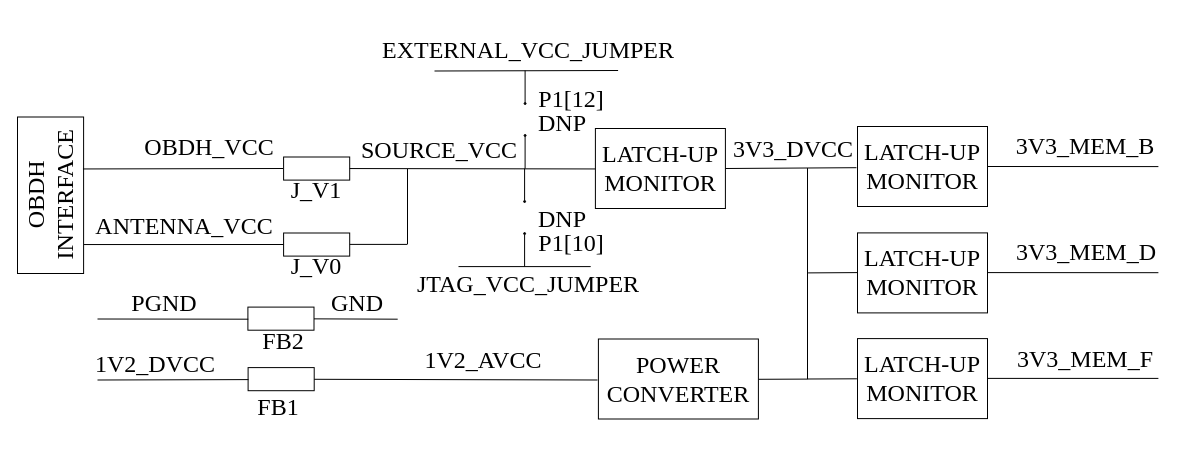
This is hardware/Diagrams/Power_Diagram.drawio from andrempmattos/harsh-payload, a draw.io file, before an edit. Source tidied: cells renumbered, new cells numbered last; positions are measured from the earlier drawing's top-left corner, leaving out a move shared by most shapes. Both pictures are drawn from the tidied source at 100%, with x=0, y=0 at pixel (17, 17).
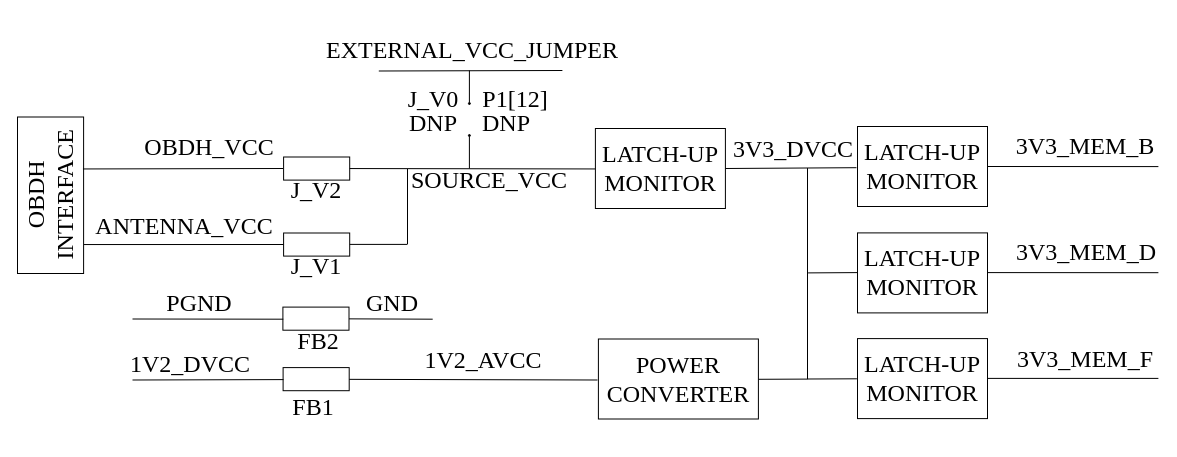
Above is the later version.

Commit message (it also covers changes not shown here):
hardware: diagrams: Updating power and architecture diagrams

What changed in the source:
```diff
@@
     <mxCell id="2" style="endArrow=none;html=1;fontSize=24;fontFamily=Times New Roman;" parent="1" edge="1">
       <mxGeometry relative="1" as="geometry">
-        <mxPoint x="256.4" y="361.7" as="sourcePoint" />
+        <mxPoint x="275" y="361.7" as="sourcePoint" />
         <mxPoint x="580" y="362.5" as="targetPoint" />
       </mxGeometry>
     </mxCell>
     <mxCell id="3" style="endArrow=none;html=1;fontSize=24;fontFamily=Times New Roman;" parent="1" edge="1">
       <mxGeometry relative="1" as="geometry">
-        <mxPoint x="256.2" y="301.2" as="sourcePoint" />
-        <mxPoint x="380.2" y="301.7" as="targetPoint" />
+        <mxPoint x="291.2" y="301.2" as="sourcePoint" />
+        <mxPoint x="415.2" y="301.7" as="targetPoint" />
       </mxGeometry>
     </mxCell>
-    <mxCell id="4" value="DNP" style="text;html=1;strokeColor=none;fillColor=none;align=center;verticalAlign=middle;whiteSpace=wrap;rounded=0;fontSize=24;horizontal=1;fontFamily=Times New Roman;" parent="1" vertex="1">
-      <mxGeometry x="478.6" y="169" width="132.2" height="66.1" as="geometry" />
-    </mxCell>
@@
-    <mxCell id="9" style="endArrow=oval;html=1;endFill=1;endSize=2;fontSize=24;fontFamily=Times New Roman;" parent="1" edge="1">
-      <mxGeometry relative="1" as="geometry">
-        <mxPoint x="507.1" y="151" as="sourcePoint" />
-        <mxPoint x="507.1" y="184" as="targetPoint" />
-      </mxGeometry>
-    </mxCell>
-    <mxCell id="10" style="endArrow=none;html=1;startArrow=oval;startFill=1;startSize=2;fontSize=24;fontFamily=Times New Roman;" parent="1" edge="1">
-      <mxGeometry relative="1" as="geometry">
-        <mxPoint x="507.1" y="216.1" as="sourcePoint" />
-        <mxPoint x="507.1" y="249.1" as="targetPoint" />
-      </mxGeometry>
-    </mxCell>
-    <mxCell id="11" style="endArrow=none;html=1;fontSize=24;fontFamily=Times New Roman;" parent="1" edge="1">
-      <mxGeometry relative="1" as="geometry">
-        <mxPoint x="441" y="249.1" as="sourcePoint" />
-        <mxPoint x="573.2" y="249.1" as="targetPoint" />
-      </mxGeometry>
-    </mxCell>
@@
     <mxCell id="13" value="SOURCE_VCC" style="text;html=1;strokeColor=none;fillColor=none;align=center;verticalAlign=middle;whiteSpace=wrap;rounded=0;fontSize=24;horizontal=1;fontFamily=Times New Roman;" parent="1" vertex="1">
-      <mxGeometry x="355.7" y="99.5" width="132.2" height="66.1" as="geometry" />
+      <mxGeometry x="405.7" y="130" width="132.2" height="66.1" as="geometry" />
     </mxCell>
-    <mxCell id="14" value="JTAG_VCC_JUMPER" style="text;html=1;strokeColor=none;fillColor=none;align=center;verticalAlign=middle;whiteSpace=wrap;rounded=0;fontSize=24;horizontal=1;fontFamily=Times New Roman;" parent="1" vertex="1">
-      <mxGeometry x="444.6" y="234.2" width="132.2" height="66.1" as="geometry" />
-    </mxCell>
-    <mxCell id="15" value="J_V1" style="text;html=1;strokeColor=none;fillColor=none;align=center;verticalAlign=middle;whiteSpace=wrap;rounded=0;fontSize=24;horizontal=1;fontFamily=Times New Roman;" parent="1" vertex="1">
+    <mxCell id="15" value="J_V2" style="text;html=1;strokeColor=none;fillColor=none;align=center;verticalAlign=middle;whiteSpace=wrap;rounded=0;fontSize=24;horizontal=1;fontFamily=Times New Roman;" parent="1" vertex="1">
       <mxGeometry x="233.1" y="139.5" width="132.2" height="66.1" as="geometry" />
     </mxCell>
-    <mxCell id="16" value="P1[10]" style="text;html=1;strokeColor=none;fillColor=none;align=center;verticalAlign=middle;whiteSpace=wrap;rounded=0;fontSize=24;horizontal=1;fontFamily=Times New Roman;" parent="1" vertex="1">
-      <mxGeometry x="488" y="193.2" width="132.2" height="66.1" as="geometry" />
-    </mxCell>
     <mxCell id="17" style="rounded=0;whiteSpace=wrap;html=1;fontSize=24;fillColor=#FFFFFF;fontFamily=Times New Roman;" parent="1" vertex="1">
-      <mxGeometry x="230.4" y="289.6" width="66.1" height="23.1" as="geometry" />
+      <mxGeometry x="265.4" y="289.6" width="66.1" height="23.1" as="geometry" />
     </mxCell>
     <mxCell id="18" value="PGND" style="text;html=1;strokeColor=none;fillColor=none;align=center;verticalAlign=middle;whiteSpace=wrap;rounded=0;fontSize=24;horizontal=1;fontFamily=Times New Roman;" parent="1" vertex="1">
-      <mxGeometry x="80.8" y="253.3" width="132.2" height="66.1" as="geometry" />
+      <mxGeometry x="115.8" y="253.3" width="132.2" height="66.1" as="geometry" />
     </mxCell>
     <mxCell id="19" value="GND" style="text;html=1;strokeColor=none;fillColor=none;align=center;verticalAlign=middle;whiteSpace=wrap;rounded=0;fontSize=24;horizontal=1;fontFamily=Times New Roman;" parent="1" vertex="1">
-      <mxGeometry x="273.5" y="253.3" width="132.2" height="66.1" as="geometry" />
+      <mxGeometry x="308.5" y="253.3" width="132.2" height="66.1" as="geometry" />
     </mxCell>
     <mxCell id="20" value="FB2" style="text;html=1;strokeColor=none;fillColor=none;align=center;verticalAlign=middle;whiteSpace=wrap;rounded=0;fontSize=24;horizontal=1;fontFamily=Times New Roman;" parent="1" vertex="1">
-      <mxGeometry x="200" y="290.6" width="132.2" height="66.1" as="geometry" />
+      <mxGeometry x="235" y="290.6" width="132.2" height="66.1" as="geometry" />
     </mxCell>
     <mxCell id="21" style="endArrow=none;html=1;fontSize=24;fontFamily=Times New Roman;" parent="1" edge="1">
       <mxGeometry relative="1" as="geometry">
-        <mxPoint x="80" y="301.5" as="sourcePoint" />
-        <mxPoint x="230.8" y="301.7" as="targetPoint" />
+        <mxPoint x="115" y="301.5" as="sourcePoint" />
+        <mxPoint x="265.8" y="301.7" as="targetPoint" />
       </mxGeometry>
     </mxCell>
@@
-    <mxCell id="25" value="J_V0" style="text;html=1;strokeColor=none;fillColor=none;align=center;verticalAlign=middle;whiteSpace=wrap;rounded=0;fontSize=24;horizontal=1;fontFamily=Times New Roman;" parent="1" vertex="1">
+    <mxCell id="25" value="J_V1" style="text;html=1;strokeColor=none;fillColor=none;align=center;verticalAlign=middle;whiteSpace=wrap;rounded=0;fontSize=24;horizontal=1;fontFamily=Times New Roman;" parent="1" vertex="1">
       <mxGeometry x="233.1" y="215.5" width="132.2" height="66.1" as="geometry" />
     </mxCell>
@@
     <mxCell id="28" style="endArrow=none;html=1;startArrow=oval;startFill=1;startSize=2;fontSize=24;fontFamily=Times New Roman;" parent="1" edge="1">
       <mxGeometry relative="1" as="geometry">
-        <mxPoint x="507.6" y="86" as="sourcePoint" />
-        <mxPoint x="507.6" y="53" as="targetPoint" />
+        <mxPoint x="451.9" y="86" as="sourcePoint" />
+        <mxPoint x="451.9" y="53" as="targetPoint" />
       </mxGeometry>
     </mxCell>
     <mxCell id="29" style="endArrow=none;html=1;fontSize=24;fontFamily=Times New Roman;" parent="1" edge="1">
       <mxGeometry relative="1" as="geometry">
-        <mxPoint x="600.6" y="53" as="sourcePoint" />
-        <mxPoint x="417" y="53.5" as="targetPoint" />
+        <mxPoint x="544.9" y="53" as="sourcePoint" />
+        <mxPoint x="361.3" y="53.5" as="targetPoint" />
       </mxGeometry>
     </mxCell>
     <mxCell id="30" value="EXTERNAL_VCC_JUMPER" style="text;html=1;strokeColor=none;fillColor=none;align=center;verticalAlign=middle;whiteSpace=wrap;rounded=0;fontSize=24;horizontal=1;fontFamily=Times New Roman;rotation=0;" parent="1" vertex="1">
-      <mxGeometry x="444.6" width="132.2" height="66.1" as="geometry" />
+      <mxGeometry x="388.9" width="132.2" height="66.1" as="geometry" />
     </mxCell>
     <mxCell id="31" value="P1[12]" style="text;html=1;strokeColor=none;fillColor=none;align=center;verticalAlign=middle;whiteSpace=wrap;rounded=0;fontSize=24;horizontal=1;fontFamily=Times New Roman;rotation=0;" parent="1" vertex="1">
-      <mxGeometry x="488" y="48.5" width="132.2" height="66.1" as="geometry" />
+      <mxGeometry x="432.3" y="48.5" width="132.2" height="66.1" as="geometry" />
     </mxCell>
     <mxCell id="32" value="DNP" style="text;html=1;strokeColor=none;fillColor=none;align=center;verticalAlign=middle;whiteSpace=wrap;rounded=0;fontSize=24;horizontal=1;fontFamily=Times New Roman;rotation=0;" parent="1" vertex="1">
-      <mxGeometry x="478.6" y="73.3" width="132.2" height="66.1" as="geometry" />
+      <mxGeometry x="422.9" y="73.3" width="132.2" height="66.1" as="geometry" />
     </mxCell>
     <mxCell id="33" style="endArrow=oval;html=1;endFill=1;endSize=2;fontSize=24;fontFamily=Times New Roman;" parent="1" edge="1">
       <mxGeometry relative="1" as="geometry">
-        <mxPoint x="507.6" y="151" as="sourcePoint" />
-        <mxPoint x="507.6" y="118" as="targetPoint" />
+        <mxPoint x="451.9" y="151" as="sourcePoint" />
+        <mxPoint x="451.9" y="118" as="targetPoint" />
       </mxGeometry>
     </mxCell>
@@
     <mxCell id="52" style="rounded=0;whiteSpace=wrap;html=1;fontSize=24;fillColor=#FFFFFF;fontFamily=Times New Roman;" parent="1" vertex="1">
-      <mxGeometry x="230.6" y="350.1" width="66.1" height="23.1" as="geometry" />
+      <mxGeometry x="265.6" y="350.1" width="66.1" height="23.1" as="geometry" />
     </mxCell>
     <mxCell id="53" value="1V2_DVCC" style="text;html=1;strokeColor=none;fillColor=none;align=center;verticalAlign=middle;whiteSpace=wrap;rounded=0;fontSize=24;horizontal=1;fontFamily=Times New Roman;" parent="1" vertex="1">
-      <mxGeometry x="72" y="313.8" width="132.2" height="66.1" as="geometry" />
+      <mxGeometry x="107" y="313.8" width="132.2" height="66.1" as="geometry" />
     </mxCell>
     <mxCell id="54" value="FB1" style="text;html=1;strokeColor=none;fillColor=none;align=center;verticalAlign=middle;whiteSpace=wrap;rounded=0;fontSize=24;horizontal=1;fontFamily=Times New Roman;" parent="1" vertex="1">
-      <mxGeometry x="194.9" y="356.7" width="132.2" height="66.1" as="geometry" />
+      <mxGeometry x="229.9" y="356.7" width="132.2" height="66.1" as="geometry" />
     </mxCell>
     <mxCell id="55" style="endArrow=none;html=1;fontSize=24;fontFamily=Times New Roman;" parent="1" edge="1">
       <mxGeometry relative="1" as="geometry">
-        <mxPoint x="80" y="362.5" as="sourcePoint" />
-        <mxPoint x="231" y="362.1" as="targetPoint" />
+        <mxPoint x="115" y="362.5" as="sourcePoint" />
+        <mxPoint x="266" y="362.1" as="targetPoint" />
       </mxGeometry>
     </mxCell>
+    <mxCell id="56" value="J_V0" style="text;html=1;strokeColor=none;fillColor=none;align=center;verticalAlign=middle;whiteSpace=wrap;rounded=0;fontSize=24;horizontal=1;fontFamily=Times New Roman;" parent="1" vertex="1">
+      <mxGeometry x="350" y="48.5" width="132.2" height="66.1" as="geometry" />
+    </mxCell>
+    <mxCell id="4" value="DNP" style="text;html=1;strokeColor=none;fillColor=none;align=center;verticalAlign=middle;whiteSpace=wrap;rounded=0;fontSize=24;horizontal=1;fontFamily=Times New Roman;rotation=0;" parent="1" vertex="1">
+      <mxGeometry x="350" y="73.3" width="132.2" height="66.1" as="geometry" />
+    </mxCell>
```
